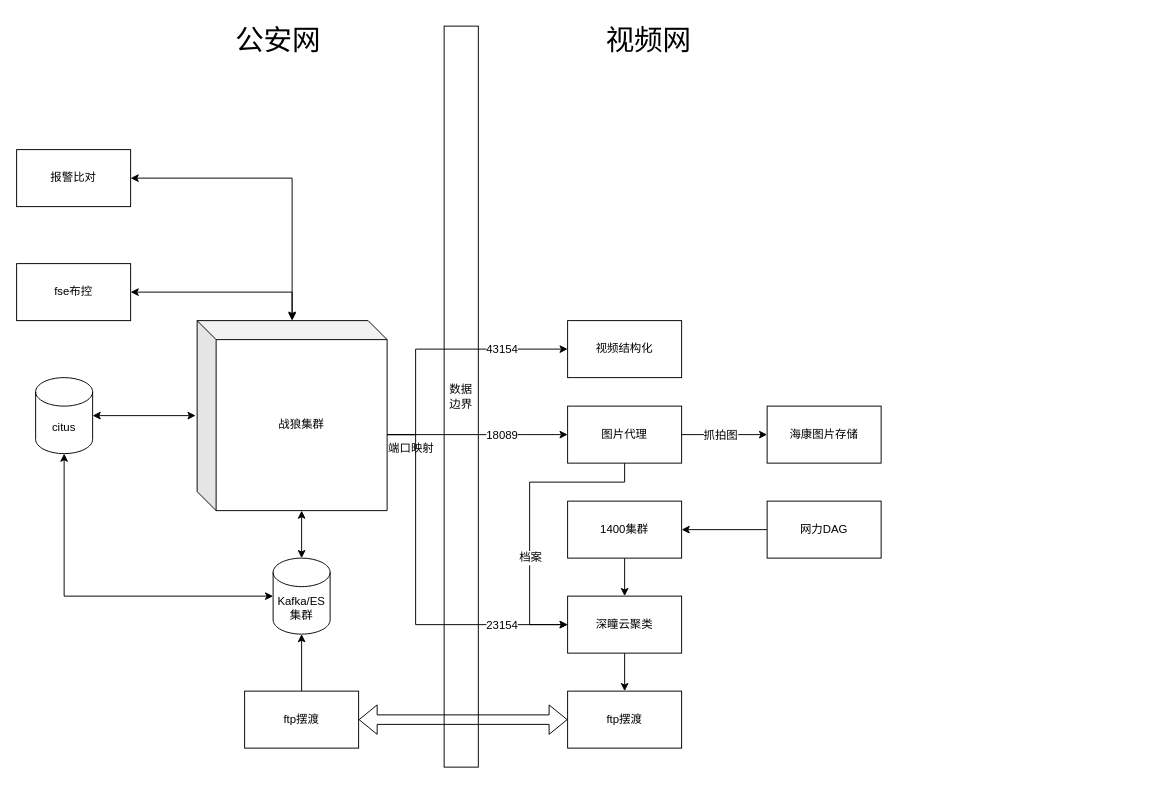
gaojila/drawio keeps this draw.io diagram as wolf.drawio. Above is the earlier version. Source tidied: cells renumbered, new cells numbered last; positions are measured from the earlier drawing's top-left corner, leaving out a move shared by most shapes. Both pictures are drawn from the tidied source at 95%, with x=0, y=0 at pixel (16, 16).
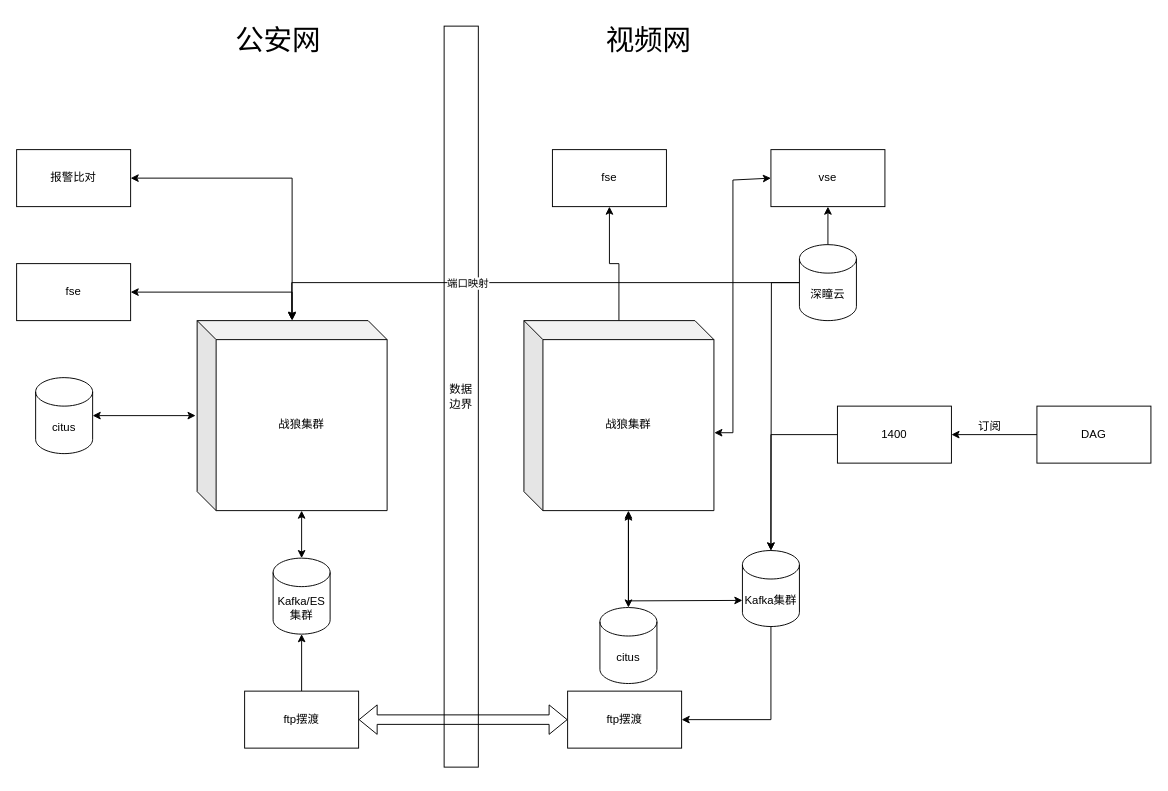
The same diagram, later.

Unchanged cells that the change refers to:
```xml
<mxCell id="9" value="ftp摆渡" style="rounded=0;whiteSpace=wrap;html=1;" parent="1" vertex="1">
  <mxGeometry x="580" y="710" width="120" height="60" as="geometry" />
</mxCell>
<mxCell id="13" value="Kafka/ES 集群&lt;br&gt;" style="shape=cylinder3;whiteSpace=wrap;html=1;boundedLbl=1;backgroundOutline=1;size=15;" parent="1" vertex="1">
  <mxGeometry x="270" y="570" width="60" height="80" as="geometry" />
</mxCell>
<mxCell id="14" value="战狼集群" style="shape=cube;whiteSpace=wrap;html=1;boundedLbl=1;backgroundOutline=1;darkOpacity=0.05;darkOpacity2=0.1;" parent="1" vertex="1">
  <mxGeometry x="190" y="320" width="200" height="200" as="geometry" />
</mxCell>
<mxCell id="15" value="citus" style="shape=cylinder3;whiteSpace=wrap;html=1;boundedLbl=1;backgroundOutline=1;size=15;" parent="1" vertex="1">
  <mxGeometry x="20" y="380" width="60" height="80" as="geometry" />
</mxCell>
```

Diff of the diagram source:
```diff
@@
-    <mxCell id="3" style="edgeStyle=orthogonalEdgeStyle;rounded=0;jettySize=auto;html=1;" parent="1" edge="1" source="4" target="6">
-      <mxGeometry relative="1" as="geometry" />
-    </mxCell>
-    <mxCell id="4" value="网力DAG" style="rounded=0;whiteSpace=wrap;html=1;" parent="1" vertex="1">
-      <mxGeometry x="790" y="510" width="120" height="60" as="geometry" />
-    </mxCell>
-    <mxCell id="5" style="edgeStyle=orthogonalEdgeStyle;rounded=0;jettySize=auto;html=1;" parent="1" edge="1" source="6" target="8">
-      <mxGeometry relative="1" as="geometry" />
-    </mxCell>
-    <mxCell id="6" value="1400集群" style="rounded=0;whiteSpace=wrap;html=1;" parent="1" vertex="1">
-      <mxGeometry x="580" y="510" width="120" height="60" as="geometry" />
-    </mxCell>
-    <mxCell id="7" style="edgeStyle=orthogonalEdgeStyle;rounded=0;jettySize=auto;html=1;" parent="1" edge="1" source="8" target="9">
-      <mxGeometry relative="1" as="geometry" />
-    </mxCell>
-    <mxCell id="8" value="深瞳云聚类" style="rounded=0;whiteSpace=wrap;html=1;" parent="1" vertex="1">
-      <mxGeometry x="580" y="610" width="120" height="60" as="geometry" />
-    </mxCell>
@@
-    <mxCell id="16" style="endArrow=classic;startArrow=classic;html=1;rounded=0;exitX=0;exitY=0.5;exitDx=0;exitDy=0;exitPerimeter=0;entryX=0.5;entryY=1;entryDx=0;entryDy=0;entryPerimeter=0;" parent="1" edge="1" source="13" target="15">
-      <mxGeometry relative="1" as="geometry">
-        <Array as="points">
-          <mxPoint x="50" y="610" />
-        </Array>
-      </mxGeometry>
-    </mxCell>
@@
-    <mxCell id="19" value="图片代理" style="rounded=0;whiteSpace=wrap;html=1;" parent="1" vertex="1">
-      <mxGeometry x="580" y="410" width="120" height="60" as="geometry" />
-    </mxCell>
-    <mxCell id="20" style="endArrow=classic;html=1;rounded=0;entryX=0;entryY=0.5;entryDx=0;entryDy=0;" parent="1" edge="1" target="19">
-      <mxGeometry relative="1" as="geometry">
-        <mxPoint x="390" y="440" as="sourcePoint" />
-        <Array as="points">
-          <mxPoint x="420" y="440" />
-          <mxPoint x="530" y="440" />
-        </Array>
-      </mxGeometry>
-    </mxCell>
-    <mxCell id="21" value="18089" style="edgeLabel;html=1;align=center;verticalAlign=middle;fontSize=12;" parent="20" vertex="1">
-      <mxGeometry x="0.43" y="1" relative="1" as="geometry">
-        <mxPoint x="-16" y="1" as="offset" />
-      </mxGeometry>
-    </mxCell>
-    <mxCell id="22" value="端口映射" style="text;html=1;align=center;verticalAlign=middle;strokeColor=none;fillColor=none;" parent="1" vertex="1">
-      <mxGeometry x="380" y="440" width="70" height="30" as="geometry" />
-    </mxCell>
-    <mxCell id="23" value="视频结构化" style="rounded=0;whiteSpace=wrap;html=1;" parent="1" vertex="1">
-      <mxGeometry x="580" y="320" width="120" height="60" as="geometry" />
-    </mxCell>
-    <mxCell id="24" style="endArrow=classic;html=1;rounded=0;entryX=0;entryY=0.5;entryDx=0;entryDy=0;" parent="1" edge="1" target="23">
-      <mxGeometry relative="1" as="geometry">
-        <mxPoint x="390" y="440" as="sourcePoint" />
-        <Array as="points">
-          <mxPoint x="390" y="440" />
-          <mxPoint x="420" y="440" />
-          <mxPoint x="420" y="350" />
-        </Array>
-      </mxGeometry>
-    </mxCell>
-    <mxCell id="25" value="43154" style="edgeLabel;html=1;align=center;verticalAlign=middle;fontSize=12;" parent="24" vertex="1">
-      <mxGeometry x="0.73" y="-1" relative="1" as="geometry">
-        <mxPoint x="-32" y="-1" as="offset" />
-      </mxGeometry>
-    </mxCell>
@@
-    <mxCell id="28" value="海康图片存储" style="rounded=0;whiteSpace=wrap;html=1;fontSize=12;" parent="1" vertex="1">
-      <mxGeometry x="790" y="410" width="120" height="60" as="geometry" />
-    </mxCell>
-    <mxCell id="29" style="endArrow=classic;html=1;rounded=0;fontSize=12;entryX=0;entryY=0.5;entryDx=0;entryDy=0;exitX=0.5;exitY=1;exitDx=0;exitDy=0;" parent="1" edge="1" source="19" target="8">
-      <mxGeometry relative="1" as="geometry">
-        <Array as="points">
-          <mxPoint x="640" y="490" />
-          <mxPoint x="540" y="490" />
-          <mxPoint x="540" y="640" />
-        </Array>
-      </mxGeometry>
-    </mxCell>
-    <mxCell id="30" value="档案&lt;br&gt;" style="edgeLabel;html=1;align=center;verticalAlign=middle;fontSize=12;" parent="29" vertex="1">
-      <mxGeometry x="0.37" y="1" relative="1" as="geometry">
-        <mxPoint x="-1" y="-13" as="offset" />
-      </mxGeometry>
-    </mxCell>
-    <mxCell id="31" style="endArrow=classic;html=1;rounded=0;fontSize=12;entryX=0;entryY=0.5;entryDx=0;entryDy=0;exitX=1;exitY=0.5;exitDx=0;exitDy=0;" parent="1" edge="1" source="19" target="28">
-      <mxGeometry relative="1" as="geometry" />
-    </mxCell>
-    <mxCell id="32" value="抓拍图" style="edgeLabel;html=1;align=center;verticalAlign=middle;fontSize=12;" parent="31" vertex="1">
-      <mxGeometry x="-0.49" relative="1" as="geometry">
-        <mxPoint x="17" as="offset" />
-      </mxGeometry>
-    </mxCell>
-    <mxCell id="33" value="fse布控" style="rounded=0;whiteSpace=wrap;html=1;fontSize=12;" parent="1" vertex="1">
+    <mxCell id="33" value="fse" style="rounded=0;whiteSpace=wrap;html=1;fontSize=12;" parent="1" vertex="1">
       <mxGeometry y="260" width="120" height="60" as="geometry" />
     </mxCell>
@@
-    <mxCell id="37" style="endArrow=classic;html=1;rounded=0;fontSize=12;entryX=0;entryY=0.5;entryDx=0;entryDy=0;" parent="1" edge="1" target="8">
-      <mxGeometry relative="1" as="geometry">
-        <mxPoint x="390" y="440" as="sourcePoint" />
-        <Array as="points">
-          <mxPoint x="420" y="440" />
-          <mxPoint x="420" y="640" />
-        </Array>
-      </mxGeometry>
-    </mxCell>
-    <mxCell id="38" value="23154" style="edgeLabel;html=1;align=center;verticalAlign=middle;fontSize=12;" parent="37" vertex="1">
-      <mxGeometry x="0.65" relative="1" as="geometry">
-        <mxPoint x="-2" as="offset" />
-      </mxGeometry>
-    </mxCell>
@@
+    <mxCell id="40" style="edgeStyle=orthogonalEdgeStyle;rounded=0;jettySize=auto;html=1;entryX=0.5;entryY=1;entryDx=0;entryDy=0;" parent="1" edge="1" source="41" target="48">
+      <mxGeometry relative="1" as="geometry" />
+    </mxCell>
+    <mxCell id="41" value="战狼集群" style="shape=cube;whiteSpace=wrap;html=1;boundedLbl=1;backgroundOutline=1;darkOpacity=0.05;darkOpacity2=0.1;" parent="1" vertex="1">
+      <mxGeometry x="534" y="320" width="200" height="200" as="geometry" />
+    </mxCell>
+    <mxCell id="42" style="edgeStyle=orthogonalEdgeStyle;rounded=0;jettySize=auto;html=1;exitX=0.5;exitY=1;exitDx=0;exitDy=0;exitPerimeter=0;entryX=1;entryY=0.5;entryDx=0;entryDy=0;" parent="1" edge="1" source="43" target="9">
+      <mxGeometry relative="1" as="geometry" />
+    </mxCell>
+    <mxCell id="43" value="Kafka集群" style="shape=cylinder3;whiteSpace=wrap;html=1;boundedLbl=1;backgroundOutline=1;size=15;" parent="1" vertex="1">
+      <mxGeometry x="764" y="562" width="60" height="80" as="geometry" />
+    </mxCell>
+    <mxCell id="44" style="edgeStyle=orthogonalEdgeStyle;rounded=0;jettySize=auto;html=1;" parent="1" edge="1" source="47">
+      <mxGeometry relative="1" as="geometry">
+        <mxPoint x="794" y="562" as="targetPoint" />
+      </mxGeometry>
+    </mxCell>
+    <mxCell id="45" style="edgeStyle=orthogonalEdgeStyle;rounded=0;jettySize=auto;html=1;exitX=0.5;exitY=0;exitDx=0;exitDy=0;exitPerimeter=0;entryX=0.5;entryY=1;entryDx=0;entryDy=0;" parent="1" edge="1" source="47" target="49">
+      <mxGeometry relative="1" as="geometry" />
+    </mxCell>
+    <mxCell id="46" style="edgeStyle=orthogonalEdgeStyle;rounded=0;jettySize=auto;html=1;entryX=0.498;entryY=-0.003;entryDx=0;entryDy=0;entryPerimeter=0;" parent="1" edge="1" source="47" target="14">
+      <mxGeometry relative="1" as="geometry" />
+    </mxCell>
+    <mxCell id="22" value="端口映射" style="edgeLabel;html=1;align=center;verticalAlign=middle;" parent="46" vertex="1">
+      <mxGeometry x="0.22" relative="1" as="geometry" />
+    </mxCell>
+    <mxCell id="47" value="深瞳云" style="shape=cylinder3;whiteSpace=wrap;html=1;boundedLbl=1;backgroundOutline=1;size=15;" parent="1" vertex="1">
+      <mxGeometry x="824" y="240" width="60" height="80" as="geometry" />
+    </mxCell>
+    <mxCell id="48" value="fse" style="rounded=0;whiteSpace=wrap;html=1;fontSize=12;" parent="1" vertex="1">
+      <mxGeometry x="564" y="140" width="120" height="60" as="geometry" />
+    </mxCell>
+    <mxCell id="49" value="vse" style="rounded=0;whiteSpace=wrap;html=1;fontSize=12;" parent="1" vertex="1">
+      <mxGeometry x="794" y="140" width="120" height="60" as="geometry" />
+    </mxCell>
+    <mxCell id="50" value="DAG&lt;br&gt;" style="rounded=0;whiteSpace=wrap;html=1;fontSize=12;" parent="1" vertex="1">
+      <mxGeometry x="1074" y="410" width="120" height="60" as="geometry" />
+    </mxCell>
+    <mxCell id="51" value="1400" style="rounded=0;whiteSpace=wrap;html=1;fontSize=12;" parent="1" vertex="1">
+      <mxGeometry x="864" y="410" width="120" height="60" as="geometry" />
+    </mxCell>
+    <mxCell id="52" style="endArrow=classic;html=1;rounded=0;exitX=0;exitY=0.5;exitDx=0;exitDy=0;entryX=1;entryY=0.5;entryDx=0;entryDy=0;" parent="1" edge="1" source="50" target="51">
+      <mxGeometry relative="1" as="geometry" />
+    </mxCell>
+    <mxCell id="53" style="endArrow=classic;html=1;rounded=0;exitX=0;exitY=0.5;exitDx=0;exitDy=0;entryX=0.5;entryY=0;entryDx=0;entryDy=0;entryPerimeter=0;" parent="1" edge="1" source="51" target="43">
+      <mxGeometry relative="1" as="geometry">
+        <Array as="points">
+          <mxPoint x="794" y="440" />
+        </Array>
+      </mxGeometry>
+    </mxCell>
+    <mxCell id="54" style="endArrow=classic;startArrow=classic;html=1;rounded=0;exitX=0;exitY=0;exitDx=110;exitDy=200;exitPerimeter=0;entryX=0;entryY=0;entryDx=0;entryDy=52.5;entryPerimeter=0;" parent="1" edge="1" source="41" target="43">
+      <mxGeometry relative="1" as="geometry">
+        <Array as="points">
+          <mxPoint x="644" y="615" />
+        </Array>
+      </mxGeometry>
+    </mxCell>
+    <mxCell id="55" style="endArrow=classic;startArrow=classic;html=1;rounded=0;exitX=1.002;exitY=0.59;exitDx=0;exitDy=0;exitPerimeter=0;entryX=0;entryY=0.5;entryDx=0;entryDy=0;" parent="1" edge="1" source="41" target="49">
+      <mxGeometry relative="1" as="geometry">
+        <Array as="points">
+          <mxPoint x="754" y="438" />
+          <mxPoint x="754" y="172" />
+        </Array>
+      </mxGeometry>
+    </mxCell>
+    <mxCell id="56" value="订阅" style="text;html=1;align=center;verticalAlign=middle;strokeColor=none;fillColor=none;" parent="1" vertex="1">
+      <mxGeometry x="999" y="417" width="50" height="30" as="geometry" />
+    </mxCell>
+    <mxCell id="57" value="citus" style="shape=cylinder3;whiteSpace=wrap;html=1;boundedLbl=1;backgroundOutline=1;size=15;" parent="1" vertex="1">
+      <mxGeometry x="614" y="622" width="60" height="80" as="geometry" />
+    </mxCell>
+    <mxCell id="58" style="endArrow=classic;startArrow=classic;html=1;rounded=0;exitX=0.5;exitY=0;exitDx=0;exitDy=0;exitPerimeter=0;" parent="1" edge="1" source="57">
+      <mxGeometry relative="1" as="geometry">
+        <mxPoint x="644" y="522" as="targetPoint" />
+      </mxGeometry>
+    </mxCell>
```
